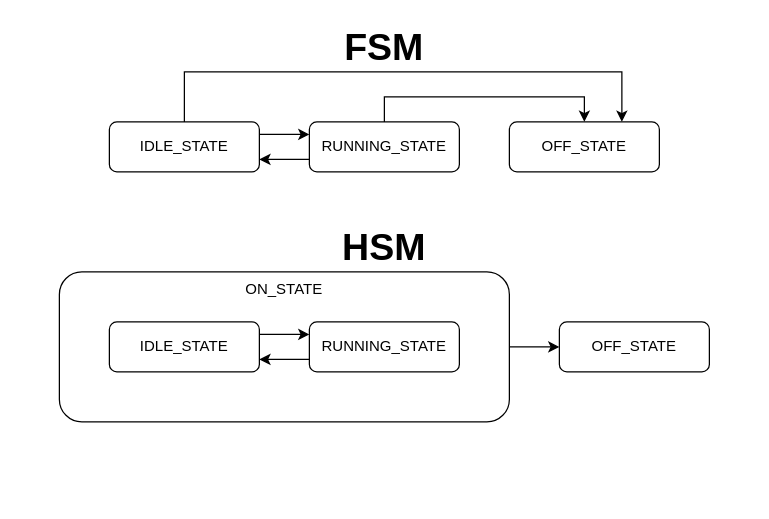
This is page "fsm_vs_hsm" (2 of 9) of doc/images/hsm/hsm.drawio from ress059/ecu, a draw.io file, before an edit. Source tidied: cells renumbered, new cells numbered last; positions are measured from the earlier drawing's top-left corner, leaving out a move shared by most shapes. Both pictures are drawn from the tidied source at 125%, with x=0, y=0 at pixel (59, 21).
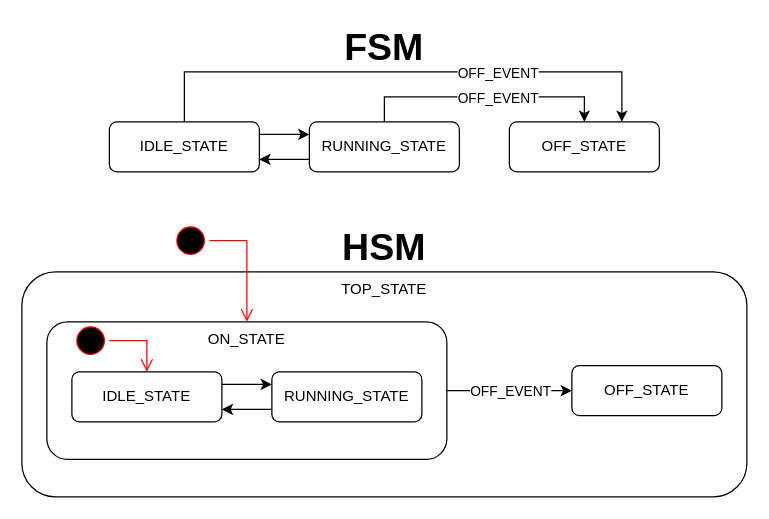
Above is the later version.

Unchanged cells that the change refers to:
```xml
<mxCell id="4" style="edgeStyle=orthogonalEdgeStyle;rounded=0;jettySize=auto;html=1;exitX=0.5;exitY=0;exitDx=0;exitDy=0;entryX=0.75;entryY=0;entryDx=0;entryDy=0;" parent="1" edge="1" source="6" target="10">
  <mxGeometry relative="1" as="geometry">
    <Array as="points">
      <mxPoint x="100" y="40" />
      <mxPoint x="450" y="40" />
    </Array>
  </mxGeometry>
</mxCell>
<mxCell id="7" style="edgeStyle=orthogonalEdgeStyle;rounded=0;jettySize=auto;html=1;exitX=0.5;exitY=0;exitDx=0;exitDy=0;entryX=0.5;entryY=0;entryDx=0;entryDy=0;" parent="1" edge="1" source="9" target="10">
  <mxGeometry relative="1" as="geometry" />
</mxCell>
```

Diff of the diagram source:
```diff
@@
-    <mxCell id="2" style="edgeStyle=orthogonalEdgeStyle;rounded=0;jettySize=auto;html=1;exitX=1;exitY=0.5;exitDx=0;exitDy=0;entryX=0;entryY=0.5;entryDx=0;entryDy=0;" parent="1" edge="1" source="3" target="15">
-      <mxGeometry relative="1" as="geometry" />
-    </mxCell>
-    <mxCell id="3" value="ON_STATE" style="rounded=1;whiteSpace=wrap;html=1;verticalAlign=top;" parent="1" vertex="1">
-      <mxGeometry y="200" width="360" height="120" as="geometry" />
-    </mxCell>
@@
+    <mxCell id="18" value="OFF_EVENT" style="edgeLabel;html=1;align=center;verticalAlign=middle;" parent="4" vertex="1">
+      <mxGeometry x="0.43" relative="1" as="geometry">
+        <mxPoint x="-17" as="offset" />
+      </mxGeometry>
+    </mxCell>
@@
+    <mxCell id="19" value="OFF_EVENT" style="edgeLabel;html=1;align=center;verticalAlign=middle;" parent="7" vertex="1">
+      <mxGeometry x="0.1" relative="1" as="geometry" />
+    </mxCell>
@@
+    <mxCell id="16" value="&lt;b&gt;&lt;font style=&quot;font-size: 30px;&quot;&gt;FSM&lt;/font&gt;&lt;/b&gt;" style="text;html=1;strokeColor=none;fillColor=none;align=center;verticalAlign=middle;whiteSpace=wrap;rounded=0;" parent="1" vertex="1">
+      <mxGeometry x="220" width="80" height="40" as="geometry" />
+    </mxCell>
+    <mxCell id="17" value="&lt;b&gt;&lt;font style=&quot;font-size: 30px;&quot;&gt;HSM&lt;/font&gt;&lt;/b&gt;" style="text;html=1;strokeColor=none;fillColor=none;align=center;verticalAlign=middle;whiteSpace=wrap;rounded=0;" parent="1" vertex="1">
+      <mxGeometry x="220" y="160" width="80" height="40" as="geometry" />
+    </mxCell>
+    <mxCell id="20" value="TOP_STATE" style="rounded=1;whiteSpace=wrap;html=1;verticalAlign=top;" parent="1" vertex="1">
+      <mxGeometry x="-30" y="200" width="580" height="180" as="geometry" />
+    </mxCell>
+    <mxCell id="2" style="edgeStyle=orthogonalEdgeStyle;rounded=0;jettySize=auto;html=1;exitX=1;exitY=0.5;exitDx=0;exitDy=0;entryX=0;entryY=0.5;entryDx=0;entryDy=0;" parent="1" edge="1" source="3" target="15">
+      <mxGeometry relative="1" as="geometry" />
+    </mxCell>
+    <mxCell id="21" value="OFF_EVENT" style="edgeLabel;html=1;align=center;verticalAlign=middle;" parent="2" vertex="1">
+      <mxGeometry x="-0.26" y="-1" relative="1" as="geometry">
+        <mxPoint x="13" y="-1" as="offset" />
+      </mxGeometry>
+    </mxCell>
+    <mxCell id="3" value="ON_STATE" style="rounded=1;whiteSpace=wrap;html=1;verticalAlign=top;" parent="1" vertex="1">
+      <mxGeometry x="-10" y="240" width="320" height="110" as="geometry" />
+    </mxCell>
@@
     <mxCell id="12" value="IDLE_STATE" style="rounded=1;whiteSpace=wrap;html=1;" parent="1" vertex="1">
-      <mxGeometry x="40" y="240" width="120" height="40" as="geometry" />
+      <mxGeometry x="10" y="280" width="120" height="40" as="geometry" />
     </mxCell>
@@
     <mxCell id="14" value="RUNNING_STATE" style="rounded=1;whiteSpace=wrap;html=1;" parent="1" vertex="1">
-      <mxGeometry x="200" y="240" width="120" height="40" as="geometry" />
+      <mxGeometry x="170" y="280" width="120" height="40" as="geometry" />
     </mxCell>
     <mxCell id="15" value="OFF_STATE" style="rounded=1;whiteSpace=wrap;html=1;" parent="1" vertex="1">
-      <mxGeometry x="400" y="240" width="120" height="40" as="geometry" />
+      <mxGeometry x="410" y="275" width="120" height="40" as="geometry" />
     </mxCell>
-    <mxCell id="16" value="&lt;b&gt;&lt;font style=&quot;font-size: 30px;&quot;&gt;FSM&lt;/font&gt;&lt;/b&gt;" style="text;html=1;strokeColor=none;fillColor=none;align=center;verticalAlign=middle;whiteSpace=wrap;rounded=0;" parent="1" vertex="1">
-      <mxGeometry x="220" width="80" height="40" as="geometry" />
-    </mxCell>
-    <mxCell id="17" value="&lt;b&gt;&lt;font style=&quot;font-size: 30px;&quot;&gt;HSM&lt;/font&gt;&lt;/b&gt;" style="text;html=1;strokeColor=none;fillColor=none;align=center;verticalAlign=middle;whiteSpace=wrap;rounded=0;" parent="1" vertex="1">
-      <mxGeometry x="220" y="160" width="80" height="40" as="geometry" />
-    </mxCell>
+    <mxCell id="22" style="ellipse;html=1;shape=startState;fillColor=#000000;strokeColor=#ff0000;" parent="1" vertex="1">
+      <mxGeometry x="10" y="240" width="30" height="30" as="geometry" />
+    </mxCell>
+    <mxCell id="23" style="edgeStyle=orthogonalEdgeStyle;html=1;verticalAlign=bottom;endArrow=open;endSize=8;strokeColor=#ff0000;rounded=0;exitX=1;exitY=0.5;exitDx=0;exitDy=0;entryX=0.5;entryY=0;entryDx=0;entryDy=0;" parent="1" edge="1" source="22" target="12">
+      <mxGeometry relative="1" as="geometry" />
+    </mxCell>
+    <mxCell id="24" style="ellipse;html=1;shape=startState;fillColor=#000000;strokeColor=#ff0000;" parent="1" vertex="1">
+      <mxGeometry x="90" y="160" width="30" height="30" as="geometry" />
+    </mxCell>
+    <mxCell id="25" style="edgeStyle=orthogonalEdgeStyle;html=1;verticalAlign=bottom;endArrow=open;endSize=8;strokeColor=#ff0000;rounded=0;exitX=1;exitY=0.5;exitDx=0;exitDy=0;entryX=0.5;entryY=0;entryDx=0;entryDy=0;" parent="1" edge="1" source="24" target="3">
+      <mxGeometry relative="1" as="geometry" />
+    </mxCell>
```
